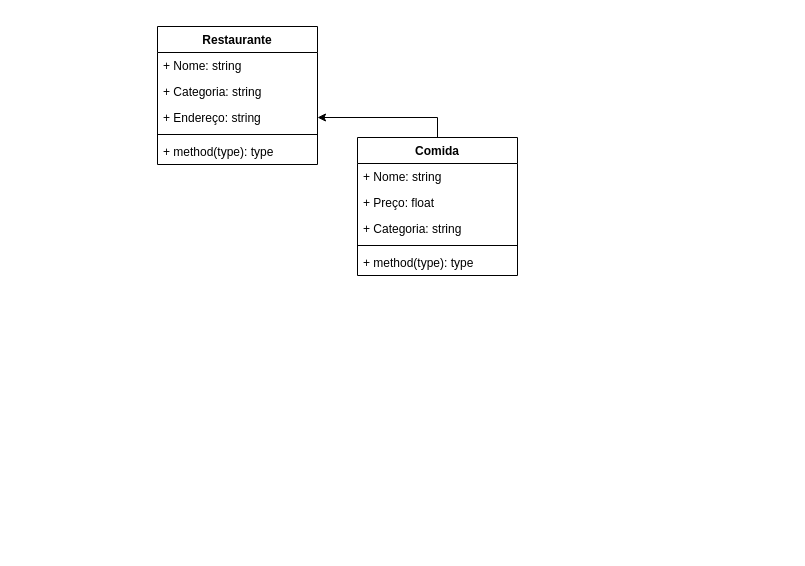
The draw.io diagram Back-end/Aula-27-04-2023 - UML/Diagrama sem nome.drawio in LucasBO7/senai-curso-repos, before the edit. Source tidied: cells renumbered, new cells numbered last; positions are measured from the earlier drawing's top-left corner, leaving out a move shared by most shapes. Both pictures are drawn from the tidied source at 100%, with x=0, y=0 at pixel (157, 26).
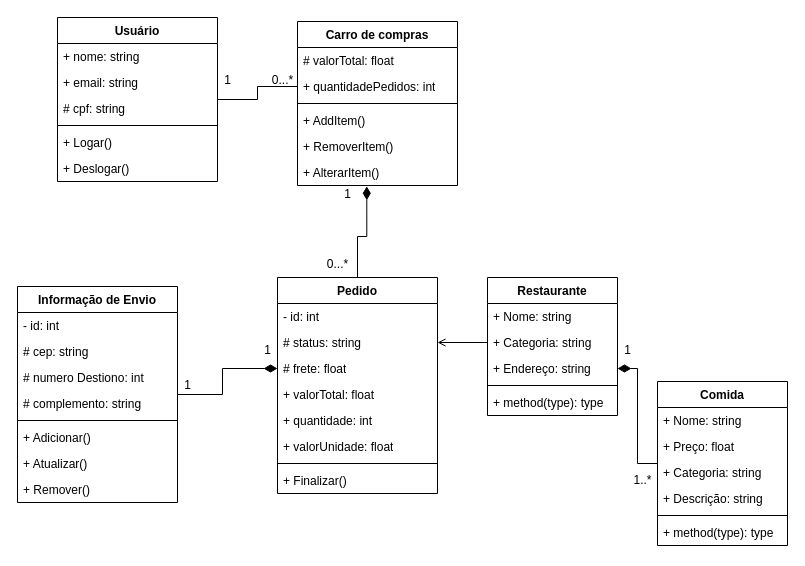
After the change.

Commit message:
Diagrama de adição de pedido

The edit, as a diff of the source:
```diff
@@
     <mxCell id="2" value="Restaurante" style="swimlane;fontStyle=1;align=center;verticalAlign=top;horizontal=1;startSize=26;whiteSpace=wrap;html=1;" parent="1" vertex="1">
-      <mxGeometry width="160" height="138" as="geometry" />
+      <mxGeometry x="330" y="251" width="130" height="138" as="geometry" />
     </mxCell>
     <mxCell id="3" value="+ Nome: string" style="text;strokeColor=none;fillColor=none;align=left;verticalAlign=top;spacingLeft=4;spacingRight=4;overflow=hidden;whiteSpace=wrap;html=1;" parent="2" vertex="1">
-      <mxGeometry y="26" width="160" height="26" as="geometry" />
+      <mxGeometry y="26" width="130" height="26" as="geometry" />
     </mxCell>
     <mxCell id="4" value="+ Categoria: string" style="text;strokeColor=none;fillColor=none;align=left;verticalAlign=top;spacingLeft=4;spacingRight=4;overflow=hidden;points=[[0,0.5],[1,0.5]];portConstraint=eastwest;whiteSpace=wrap;html=1;" parent="2" vertex="1">
-      <mxGeometry y="52" width="160" height="26" as="geometry" />
+      <mxGeometry y="52" width="130" height="26" as="geometry" />
     </mxCell>
     <mxCell id="5" value="+ Endereço: string" style="text;strokeColor=none;fillColor=none;align=left;verticalAlign=top;spacingLeft=4;spacingRight=4;overflow=hidden;points=[[0,0.5],[1,0.5]];portConstraint=eastwest;whiteSpace=wrap;html=1;" parent="2" vertex="1">
-      <mxGeometry y="78" width="160" height="26" as="geometry" />
+      <mxGeometry y="78" width="130" height="26" as="geometry" />
     </mxCell>
     <mxCell id="6" style="line;strokeWidth=1;fillColor=none;align=left;verticalAlign=middle;spacingTop=-1;spacingLeft=3;spacingRight=3;labelPosition=right;strokeColor=inherit;" parent="2" vertex="1">
-      <mxGeometry y="104" width="160" height="8" as="geometry" />
+      <mxGeometry y="104" width="130" height="8" as="geometry" />
     </mxCell>
     <mxCell id="7" value="+ method(type): type" style="text;strokeColor=none;fillColor=none;align=left;verticalAlign=top;spacingLeft=4;spacingRight=4;overflow=hidden;whiteSpace=wrap;html=1;" parent="2" vertex="1">
-      <mxGeometry y="112" width="160" height="26" as="geometry" />
+      <mxGeometry y="112" width="130" height="26" as="geometry" />
     </mxCell>
-    <mxCell id="8" style="edgeStyle=orthogonalEdgeStyle;rounded=0;jettySize=auto;html=1;entryX=1;entryY=0.5;entryDx=0;entryDy=0;" parent="1" edge="1" source="9" target="5">
+    <mxCell id="8" style="edgeStyle=orthogonalEdgeStyle;rounded=0;jettySize=auto;html=1;entryX=1;entryY=0.5;entryDx=0;entryDy=0;endArrow=diamondThin;endFill=1;endSize=11;" parent="1" edge="1" source="9" target="5">
       <mxGeometry relative="1" as="geometry" />
     </mxCell>
     <mxCell id="9" value="Comida" style="swimlane;fontStyle=1;align=center;verticalAlign=top;horizontal=1;startSize=26;whiteSpace=wrap;html=1;" parent="1" vertex="1">
-      <mxGeometry x="200" y="111" width="160" height="138" as="geometry" />
+      <mxGeometry x="500" y="355" width="130" height="164" as="geometry" />
     </mxCell>
     <mxCell id="10" value="+ Nome: string" style="text;strokeColor=none;fillColor=none;align=left;verticalAlign=top;spacingLeft=4;spacingRight=4;overflow=hidden;whiteSpace=wrap;html=1;" parent="9" vertex="1">
-      <mxGeometry y="26" width="160" height="26" as="geometry" />
+      <mxGeometry y="26" width="130" height="26" as="geometry" />
     </mxCell>
     <mxCell id="11" value="+ Preço: float" style="text;strokeColor=none;fillColor=none;align=left;verticalAlign=top;spacingLeft=4;spacingRight=4;overflow=hidden;whiteSpace=wrap;html=1;" parent="9" vertex="1">
-      <mxGeometry y="52" width="160" height="26" as="geometry" />
+      <mxGeometry y="52" width="130" height="26" as="geometry" />
     </mxCell>
     <mxCell id="12" value="+ Categoria: string" style="text;strokeColor=none;fillColor=none;align=left;verticalAlign=top;spacingLeft=4;spacingRight=4;overflow=hidden;whiteSpace=wrap;html=1;" parent="9" vertex="1">
-      <mxGeometry y="78" width="160" height="26" as="geometry" />
+      <mxGeometry y="78" width="130" height="26" as="geometry" />
     </mxCell>
+    <mxCell id="15" value="+ Descrição: string" style="text;strokeColor=none;fillColor=none;align=left;verticalAlign=top;spacingLeft=4;spacingRight=4;overflow=hidden;whiteSpace=wrap;html=1;" parent="9" vertex="1">
+      <mxGeometry y="104" width="130" height="26" as="geometry" />
+    </mxCell>
     <mxCell id="13" style="line;strokeWidth=1;fillColor=none;align=left;verticalAlign=middle;spacingTop=-1;spacingLeft=3;spacingRight=3;labelPosition=right;strokeColor=inherit;" parent="9" vertex="1">
-      <mxGeometry y="104" width="160" height="8" as="geometry" />
+      <mxGeometry y="130" width="130" height="8" as="geometry" />
     </mxCell>
     <mxCell id="14" value="+ method(type): type" style="text;strokeColor=none;fillColor=none;align=left;verticalAlign=top;spacingLeft=4;spacingRight=4;overflow=hidden;whiteSpace=wrap;html=1;" parent="9" vertex="1">
-      <mxGeometry y="112" width="160" height="26" as="geometry" />
+      <mxGeometry y="138" width="130" height="26" as="geometry" />
     </mxCell>
+    <mxCell id="16" style="edgeStyle=orthogonalEdgeStyle;rounded=0;jettySize=auto;html=1;entryX=0;entryY=0.5;entryDx=0;entryDy=0;endArrow=none;endFill=0;" parent="1" edge="1" source="17" target="50">
+      <mxGeometry relative="1" as="geometry" />
+    </mxCell>
+    <mxCell id="17" value="Usuário" style="swimlane;fontStyle=1;align=center;verticalAlign=top;horizontal=1;startSize=26;whiteSpace=wrap;html=1;" parent="1" vertex="1">
+      <mxGeometry x="-100" y="-9" width="160" height="164" as="geometry" />
+    </mxCell>
+    <mxCell id="18" value="+ nome: string" style="text;strokeColor=none;fillColor=none;align=left;verticalAlign=top;spacingLeft=4;spacingRight=4;overflow=hidden;whiteSpace=wrap;html=1;" parent="17" vertex="1">
+      <mxGeometry y="26" width="160" height="26" as="geometry" />
+    </mxCell>
+    <mxCell id="19" value="+ email: string" style="text;strokeColor=none;fillColor=none;align=left;verticalAlign=top;spacingLeft=4;spacingRight=4;overflow=hidden;whiteSpace=wrap;html=1;" parent="17" vertex="1">
+      <mxGeometry y="52" width="160" height="26" as="geometry" />
+    </mxCell>
+    <mxCell id="20" value="# cpf: string" style="text;strokeColor=none;fillColor=none;align=left;verticalAlign=top;spacingLeft=4;spacingRight=4;overflow=hidden;whiteSpace=wrap;html=1;" parent="17" vertex="1">
+      <mxGeometry y="78" width="160" height="26" as="geometry" />
+    </mxCell>
+    <mxCell id="21" style="line;strokeWidth=1;fillColor=none;align=left;verticalAlign=middle;spacingTop=-1;spacingLeft=3;spacingRight=3;labelPosition=right;strokeColor=inherit;" parent="17" vertex="1">
+      <mxGeometry y="104" width="160" height="8" as="geometry" />
+    </mxCell>
+    <mxCell id="22" value="+ Logar()" style="text;strokeColor=none;fillColor=none;align=left;verticalAlign=top;spacingLeft=4;spacingRight=4;overflow=hidden;whiteSpace=wrap;html=1;" parent="17" vertex="1">
+      <mxGeometry y="112" width="160" height="26" as="geometry" />
+    </mxCell>
+    <mxCell id="23" value="+ Deslogar()" style="text;strokeColor=none;fillColor=none;align=left;verticalAlign=top;spacingLeft=4;spacingRight=4;overflow=hidden;whiteSpace=wrap;html=1;" parent="17" vertex="1">
+      <mxGeometry y="138" width="160" height="26" as="geometry" />
+    </mxCell>
+    <mxCell id="24" style="edgeStyle=orthogonalEdgeStyle;rounded=0;jettySize=auto;html=1;entryX=0.433;entryY=1.031;entryDx=0;entryDy=0;entryPerimeter=0;endArrow=diamondThin;endFill=1;endSize=11;" parent="1" edge="1" source="25" target="54">
+      <mxGeometry relative="1" as="geometry" />
+    </mxCell>
+    <mxCell id="25" value="Pedido" style="swimlane;fontStyle=1;align=center;verticalAlign=top;horizontal=1;startSize=26;whiteSpace=wrap;html=1;" parent="1" vertex="1">
+      <mxGeometry x="120" y="251" width="160" height="216" as="geometry" />
+    </mxCell>
+    <mxCell id="26" value="- id: int" style="text;strokeColor=none;fillColor=none;align=left;verticalAlign=top;spacingLeft=4;spacingRight=4;overflow=hidden;whiteSpace=wrap;html=1;" parent="25" vertex="1">
+      <mxGeometry y="26" width="160" height="26" as="geometry" />
+    </mxCell>
+    <mxCell id="27" value="# status: string" style="text;strokeColor=none;fillColor=none;align=left;verticalAlign=top;spacingLeft=4;spacingRight=4;overflow=hidden;points=[[0,0.5],[1,0.5]];portConstraint=eastwest;whiteSpace=wrap;html=1;" parent="25" vertex="1">
+      <mxGeometry y="52" width="160" height="26" as="geometry" />
+    </mxCell>
+    <mxCell id="28" value="# frete: float" style="text;strokeColor=none;fillColor=none;align=left;verticalAlign=top;spacingLeft=4;spacingRight=4;overflow=hidden;points=[[0,0.5],[1,0.5]];portConstraint=eastwest;whiteSpace=wrap;html=1;" parent="25" vertex="1">
+      <mxGeometry y="78" width="160" height="26" as="geometry" />
+    </mxCell>
+    <mxCell id="29" value="+ valorTotal: float" style="text;strokeColor=none;fillColor=none;align=left;verticalAlign=top;spacingLeft=4;spacingRight=4;overflow=hidden;whiteSpace=wrap;html=1;" parent="25" vertex="1">
+      <mxGeometry y="104" width="160" height="26" as="geometry" />
+    </mxCell>
+    <mxCell id="30" value="+ quantidade: int" style="text;strokeColor=none;fillColor=none;align=left;verticalAlign=top;spacingLeft=4;spacingRight=4;overflow=hidden;whiteSpace=wrap;html=1;" parent="25" vertex="1">
+      <mxGeometry y="130" width="160" height="26" as="geometry" />
+    </mxCell>
+    <mxCell id="31" value="+ valorUnidade: float" style="text;strokeColor=none;fillColor=none;align=left;verticalAlign=top;spacingLeft=4;spacingRight=4;overflow=hidden;whiteSpace=wrap;html=1;" parent="25" vertex="1">
+      <mxGeometry y="156" width="160" height="26" as="geometry" />
+    </mxCell>
+    <mxCell id="32" style="line;strokeWidth=1;fillColor=none;align=left;verticalAlign=middle;spacingTop=-1;spacingLeft=3;spacingRight=3;labelPosition=right;strokeColor=inherit;" parent="25" vertex="1">
+      <mxGeometry y="182" width="160" height="8" as="geometry" />
+    </mxCell>
+    <mxCell id="33" value="+ Finalizar()" style="text;strokeColor=none;fillColor=none;align=left;verticalAlign=top;spacingLeft=4;spacingRight=4;overflow=hidden;whiteSpace=wrap;html=1;" parent="25" vertex="1">
+      <mxGeometry y="190" width="160" height="26" as="geometry" />
+    </mxCell>
+    <mxCell id="34" value="1" style="text;align=center;fontStyle=0;verticalAlign=middle;spacingLeft=3;spacingRight=3;strokeColor=none;html=1;" parent="1" vertex="1">
+      <mxGeometry x="60" y="41" width="20" height="26" as="geometry" />
+    </mxCell>
+    <mxCell id="35" value="0...*" style="text;align=center;fontStyle=0;verticalAlign=middle;spacingLeft=3;spacingRight=3;strokeColor=none;html=1;" parent="1" vertex="1">
+      <mxGeometry x="115" y="41" width="20" height="26" as="geometry" />
+    </mxCell>
+    <mxCell id="36" style="edgeStyle=orthogonalEdgeStyle;rounded=0;jettySize=auto;html=1;entryX=0;entryY=0.5;entryDx=0;entryDy=0;endArrow=diamondThin;endFill=1;endSize=11;" parent="1" edge="1" source="37" target="28">
+      <mxGeometry relative="1" as="geometry" />
+    </mxCell>
+    <mxCell id="37" value="Informação de Envio" style="swimlane;fontStyle=1;align=center;verticalAlign=top;horizontal=1;startSize=26;whiteSpace=wrap;html=1;" parent="1" vertex="1">
+      <mxGeometry x="-140" y="260" width="160" height="216" as="geometry" />
+    </mxCell>
+    <mxCell id="38" value="- id: int" style="text;strokeColor=none;fillColor=none;align=left;verticalAlign=top;spacingLeft=4;spacingRight=4;overflow=hidden;whiteSpace=wrap;html=1;" parent="37" vertex="1">
+      <mxGeometry y="26" width="160" height="26" as="geometry" />
+    </mxCell>
+    <mxCell id="39" value="# cep: string" style="text;strokeColor=none;fillColor=none;align=left;verticalAlign=top;spacingLeft=4;spacingRight=4;overflow=hidden;whiteSpace=wrap;html=1;" parent="37" vertex="1">
+      <mxGeometry y="52" width="160" height="26" as="geometry" />
+    </mxCell>
+    <mxCell id="40" value="# numero Destiono: int" style="text;strokeColor=none;fillColor=none;align=left;verticalAlign=top;spacingLeft=4;spacingRight=4;overflow=hidden;whiteSpace=wrap;html=1;" parent="37" vertex="1">
+      <mxGeometry y="78" width="160" height="26" as="geometry" />
+    </mxCell>
+    <mxCell id="41" value="# complemento: string" style="text;strokeColor=none;fillColor=none;align=left;verticalAlign=top;spacingLeft=4;spacingRight=4;overflow=hidden;whiteSpace=wrap;html=1;" parent="37" vertex="1">
+      <mxGeometry y="104" width="160" height="26" as="geometry" />
+    </mxCell>
+    <mxCell id="42" style="line;strokeWidth=1;fillColor=none;align=left;verticalAlign=middle;spacingTop=-1;spacingLeft=3;spacingRight=3;labelPosition=right;strokeColor=inherit;" parent="37" vertex="1">
+      <mxGeometry y="130" width="160" height="8" as="geometry" />
+    </mxCell>
+    <mxCell id="43" value="+ Adicionar()" style="text;strokeColor=none;fillColor=none;align=left;verticalAlign=top;spacingLeft=4;spacingRight=4;overflow=hidden;whiteSpace=wrap;html=1;" parent="37" vertex="1">
+      <mxGeometry y="138" width="160" height="26" as="geometry" />
+    </mxCell>
+    <mxCell id="44" value="+ Atualizar()" style="text;strokeColor=none;fillColor=none;align=left;verticalAlign=top;spacingLeft=4;spacingRight=4;overflow=hidden;whiteSpace=wrap;html=1;" parent="37" vertex="1">
+      <mxGeometry y="164" width="160" height="26" as="geometry" />
+    </mxCell>
+    <mxCell id="45" value="+ Remover()" style="text;strokeColor=none;fillColor=none;align=left;verticalAlign=top;spacingLeft=4;spacingRight=4;overflow=hidden;whiteSpace=wrap;html=1;" parent="37" vertex="1">
+      <mxGeometry y="190" width="160" height="26" as="geometry" />
+    </mxCell>
+    <mxCell id="46" value="1" style="text;align=center;fontStyle=0;verticalAlign=middle;spacingLeft=3;spacingRight=3;strokeColor=none;html=1;" parent="1" vertex="1">
+      <mxGeometry x="20" y="346" width="20" height="26" as="geometry" />
+    </mxCell>
+    <mxCell id="47" value="1" style="text;align=center;fontStyle=0;verticalAlign=middle;spacingLeft=3;spacingRight=3;strokeColor=none;html=1;" parent="1" vertex="1">
+      <mxGeometry x="100" y="311" width="20" height="26" as="geometry" />
+    </mxCell>
+    <mxCell id="48" value="Carro de compras" style="swimlane;fontStyle=1;align=center;verticalAlign=top;horizontal=1;startSize=26;whiteSpace=wrap;html=1;" parent="1" vertex="1">
+      <mxGeometry x="140" y="-5" width="160" height="164" as="geometry" />
+    </mxCell>
+    <mxCell id="49" value="# valorTotal: float" style="text;strokeColor=none;fillColor=none;align=left;verticalAlign=top;spacingLeft=4;spacingRight=4;overflow=hidden;whiteSpace=wrap;html=1;" parent="48" vertex="1">
+      <mxGeometry y="26" width="160" height="26" as="geometry" />
+    </mxCell>
+    <mxCell id="50" value="+ quantidadePedidos: int" style="text;strokeColor=none;fillColor=none;align=left;verticalAlign=top;spacingLeft=4;spacingRight=4;overflow=hidden;points=[[0,0.5],[1,0.5]];portConstraint=eastwest;whiteSpace=wrap;html=1;" parent="48" vertex="1">
+      <mxGeometry y="52" width="160" height="26" as="geometry" />
+    </mxCell>
+    <mxCell id="51" style="line;strokeWidth=1;fillColor=none;align=left;verticalAlign=middle;spacingTop=-1;spacingLeft=3;spacingRight=3;labelPosition=right;strokeColor=inherit;" parent="48" vertex="1">
+      <mxGeometry y="78" width="160" height="8" as="geometry" />
+    </mxCell>
+    <mxCell id="52" value="+ AddItem()" style="text;strokeColor=none;fillColor=none;align=left;verticalAlign=top;spacingLeft=4;spacingRight=4;overflow=hidden;whiteSpace=wrap;html=1;" parent="48" vertex="1">
+      <mxGeometry y="86" width="160" height="26" as="geometry" />
+    </mxCell>
+    <mxCell id="53" value="+ RemoverItem()" style="text;strokeColor=none;fillColor=none;align=left;verticalAlign=top;spacingLeft=4;spacingRight=4;overflow=hidden;whiteSpace=wrap;html=1;" parent="48" vertex="1">
+      <mxGeometry y="112" width="160" height="26" as="geometry" />
+    </mxCell>
+    <mxCell id="54" value="+ AlterarItem()" style="text;strokeColor=none;fillColor=none;align=left;verticalAlign=top;spacingLeft=4;spacingRight=4;overflow=hidden;points=[[0,0.5],[1,0.5]];portConstraint=eastwest;whiteSpace=wrap;html=1;" parent="48" vertex="1">
+      <mxGeometry y="138" width="160" height="26" as="geometry" />
+    </mxCell>
+    <mxCell id="55" value="0...*" style="text;align=center;fontStyle=0;verticalAlign=middle;spacingLeft=3;spacingRight=3;strokeColor=none;html=1;" parent="1" vertex="1">
+      <mxGeometry x="170" y="225" width="20" height="26" as="geometry" />
+    </mxCell>
+    <mxCell id="56" value="1" style="text;align=center;fontStyle=0;verticalAlign=middle;spacingLeft=3;spacingRight=3;strokeColor=none;html=1;" parent="1" vertex="1">
+      <mxGeometry x="180" y="155" width="20" height="26" as="geometry" />
+    </mxCell>
+    <mxCell id="57" style="edgeStyle=orthogonalEdgeStyle;rounded=0;jettySize=auto;html=1;entryX=1;entryY=0.5;entryDx=0;entryDy=0;endArrow=open;endFill=0;" parent="1" edge="1" source="4" target="27">
+      <mxGeometry relative="1" as="geometry" />
+    </mxCell>
+    <mxCell id="58" value="1..*" style="text;align=center;fontStyle=0;verticalAlign=middle;spacingLeft=3;spacingRight=3;strokeColor=none;html=1;" parent="1" vertex="1">
+      <mxGeometry x="470" y="441" width="30" height="26" as="geometry" />
+    </mxCell>
+    <mxCell id="59" value="1" style="text;align=center;fontStyle=0;verticalAlign=middle;spacingLeft=3;spacingRight=3;strokeColor=none;html=1;" parent="1" vertex="1">
+      <mxGeometry x="460" y="311" width="20" height="26" as="geometry" />
+    </mxCell>
```
